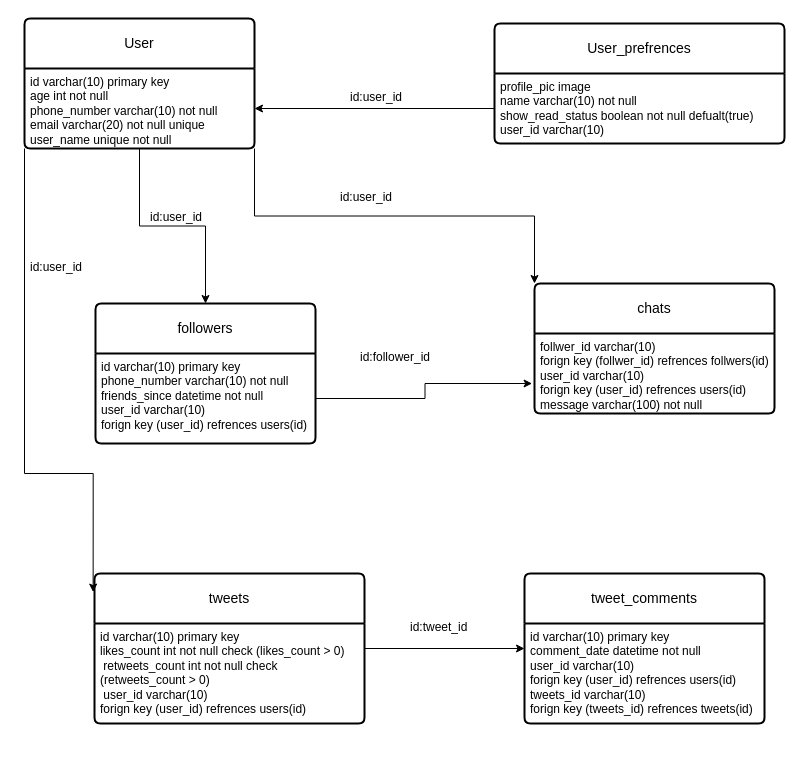
The draw.io diagram Untitled Diagram.drawio in AymanAlharb/Day30Lab9, before the edit. Source tidied: cells renumbered, new cells numbered last; positions are measured from the earlier drawing's top-left corner, leaving out a move shared by most shapes. Both pictures are drawn from the tidied source at 100%, with x=0, y=0 at pixel (24, 18).
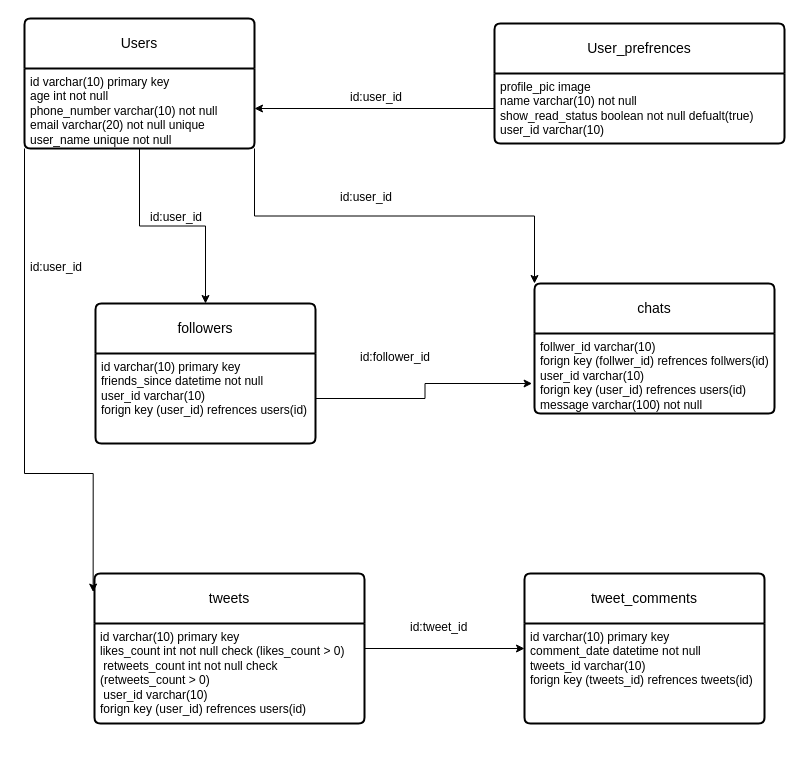
After the change.

Unchanged cells that the change refers to:
```xml
<mxCell id="6" value="followers" style="swimlane;horizontal=1;startSize=50;rounded=1;fontSize=14;fontStyle=0;strokeWidth=2;shadow=0;dashed=0;align=center;arcSize=4;whiteSpace=wrap;html=1;" parent="1" vertex="1">
  <mxGeometry x="71" y="285" width="220" height="140" as="geometry" />
</mxCell>
<mxCell id="12" value="tweet_comments" style="swimlane;horizontal=1;startSize=50;rounded=1;fontSize=14;fontStyle=0;strokeWidth=2;shadow=0;dashed=0;align=center;arcSize=4;whiteSpace=wrap;html=1;" parent="1" vertex="1">
  <mxGeometry x="500" y="555" width="240" height="150" as="geometry" />
</mxCell>
```

The edit, as a diff of the source:
```diff
@@
-    <mxCell id="2" value="User" style="swimlane;horizontal=1;startSize=50;rounded=1;fontSize=14;fontStyle=0;strokeWidth=2;shadow=0;dashed=0;align=center;arcSize=4;whiteSpace=wrap;html=1;" parent="1" vertex="1">
+    <mxCell id="2" value="Users" style="swimlane;horizontal=1;startSize=50;rounded=1;fontSize=14;fontStyle=0;strokeWidth=2;shadow=0;dashed=0;align=center;arcSize=4;whiteSpace=wrap;html=1;" parent="1" vertex="1">
       <mxGeometry width="230" height="130" as="geometry" />
     </mxCell>
@@
-    <mxCell id="7" value="id varchar(10) primary key&lt;br&gt;phone_number varchar(10) not null&lt;br&gt;friends_since datetime not null&lt;br&gt;user_id varchar(10)&lt;br&gt;forign key (user_id) refrences users(id)" style="align=left;strokeColor=none;fillColor=none;spacingLeft=4;spacingRight=4;fontSize=12;verticalAlign=top;html=1;whiteSpace=wrap;" parent="6" vertex="1">
+    <mxCell id="7" value="id varchar(10) primary key&lt;br&gt;friends_since datetime not null&lt;br&gt;user_id varchar(10)&lt;br&gt;forign key (user_id) refrences users(id)" style="align=left;strokeColor=none;fillColor=none;spacingLeft=4;spacingRight=4;fontSize=12;verticalAlign=top;html=1;whiteSpace=wrap;" parent="6" vertex="1">
       <mxGeometry y="50" width="220" height="90" as="geometry" />
     </mxCell>
@@
-    <mxCell id="13" value="id varchar(10) primary key&lt;br&gt;comment_date datetime not null&lt;br&gt;user_id varchar(10)&lt;br&gt;forign key (user_id) refrences users(id)&lt;br&gt;tweets_id varchar(10)&lt;br&gt;forign key (tweets_id) refrences tweets(id)&lt;br&gt;&lt;br&gt;&lt;div&gt;&lt;br&gt;&lt;/div&gt;" style="align=left;strokeColor=none;fillColor=none;spacingLeft=4;spacingRight=4;fontSize=12;verticalAlign=top;html=1;whiteSpace=wrap;" parent="12" vertex="1">
+    <mxCell id="13" value="id varchar(10) primary key&lt;br&gt;comment_date datetime not null&lt;br&gt;tweets_id varchar(10)&lt;br&gt;forign key (tweets_id) refrences tweets(id)&lt;br&gt;&lt;br&gt;&lt;div&gt;&lt;br&gt;&lt;/div&gt;" style="align=left;strokeColor=none;fillColor=none;spacingLeft=4;spacingRight=4;fontSize=12;verticalAlign=top;html=1;whiteSpace=wrap;" parent="12" vertex="1">
       <mxGeometry y="50" width="240" height="100" as="geometry" />
     </mxCell>
```
